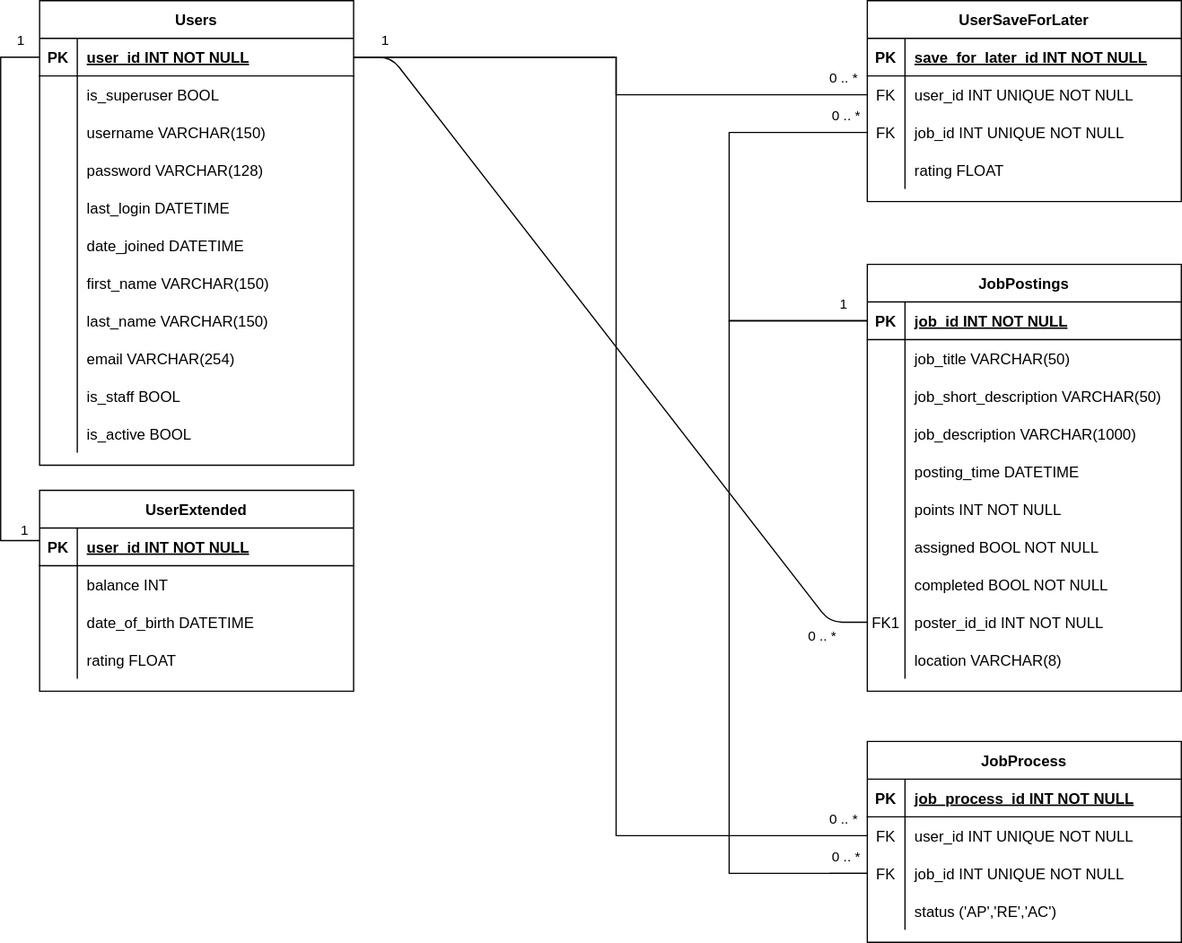
o-brand/aidoo keeps this draw.io diagram as Aidoo_db.drawio.svg. Above is the earlier version. Source tidied: cells renumbered, new cells last; positions are measured from the earlier drawing's top-left corner, leaving out a move shared by most shapes.
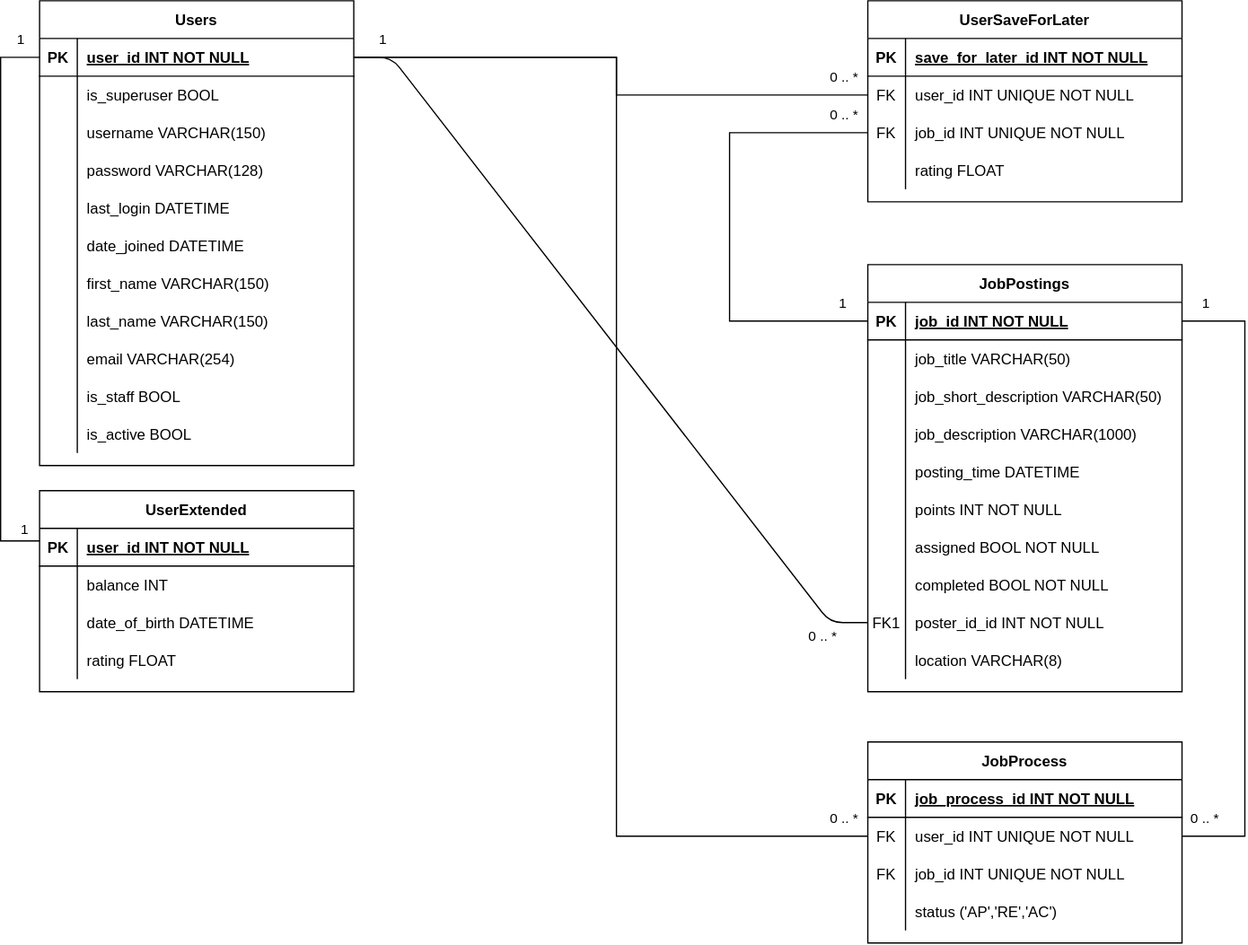
Later version of the same file.

Commit message:
changed unclear part of drawing

What changed in the source:
```diff
@@ -389,23 +389,23 @@
         <mxPoint x="5" y="-14" as="offset" />
       </mxGeometry>
     </mxCell>
-    <mxCell id="119" style="edgeStyle=orthogonalEdgeStyle;rounded=0;jettySize=auto;html=1;entryX=0;entryY=0.5;entryDx=0;entryDy=0;endArrow=none;endFill=0;" parent="1" edge="1" source="6" target="111">
-      <mxGeometry relative="1" as="geometry">
-        <Array as="points">
-          <mxPoint x="580" y="255" />
-          <mxPoint x="580" y="695" />
-        </Array>
-      </mxGeometry>
-    </mxCell>
+    <mxCell id="122" style="edgeStyle=orthogonalEdgeStyle;rounded=0;jettySize=auto;html=1;exitX=1;exitY=0.5;exitDx=0;exitDy=0;entryX=1;entryY=0.5;entryDx=0;entryDy=0;endArrow=none;endFill=0;" parent="1" edge="1" source="108" target="6">
+      <mxGeometry relative="1" as="geometry">
+        <Array as="points">
+          <mxPoint x="990" y="665" />
+          <mxPoint x="990" y="255" />
+        </Array>
+      </mxGeometry>
+    </mxCell>
+    <mxCell id="123" value="1" style="edgeLabel;html=1;align=center;verticalAlign=middle;" parent="122" vertex="1">
+      <mxGeometry x="0.93" y="-6" relative="1" as="geometry">
+        <mxPoint y="-9" as="offset" />
+      </mxGeometry>
+    </mxCell>
-    <mxCell id="120" value="0 .. *" style="edgeLabel;html=1;align=center;verticalAlign=middle;" parent="119" vertex="1">
-      <mxGeometry x="0.91" y="-3" relative="1" as="geometry">
-        <mxPoint x="11" y="-18" as="offset" />
+    <mxCell id="120" value="0 .. *" style="edgeLabel;html=1;align=center;verticalAlign=middle;" parent="122" vertex="1">
+      <mxGeometry x="-0.93" y="-2" relative="1" as="geometry">
+        <mxPoint y="-17" as="offset" />
       </mxGeometry>
     </mxCell>
-    <mxCell id="121" style="edgeStyle=orthogonalEdgeStyle;rounded=0;jettySize=auto;html=1;endArrow=none;endFill=0;" parent="1" edge="1" source="111">
-      <mxGeometry relative="1" as="geometry">
-        <mxPoint x="660" y="695" as="targetPoint" />
-      </mxGeometry>
-    </mxCell>
   </root>
 </mxGraphModel>
```
